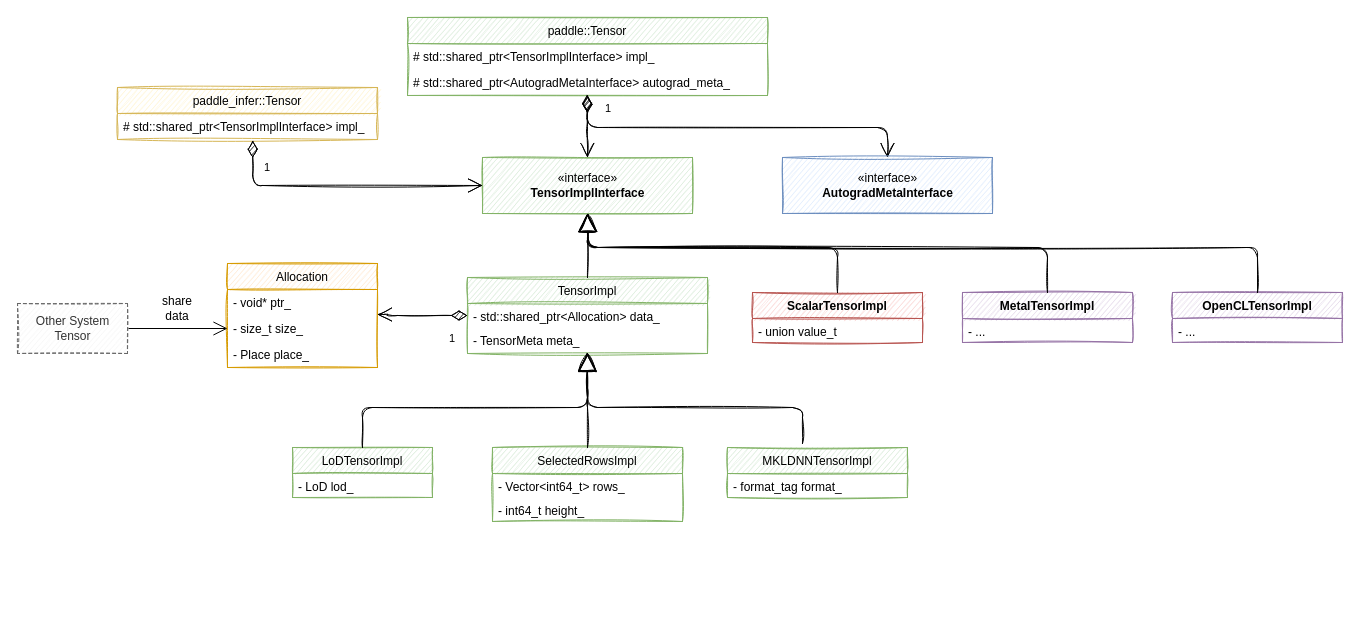
The draw.io diagram page "new-tensor-design" (16 of 16) of op2func.drawio in chenwhql/diagrams, before the edit. Source tidied: cells renumbered, new cells numbered last; positions are measured from the earlier drawing's top-left corner, leaving out a move shared by most shapes. Both pictures are drawn from the tidied source at 100%, with x=0, y=0 at pixel (17, 17).
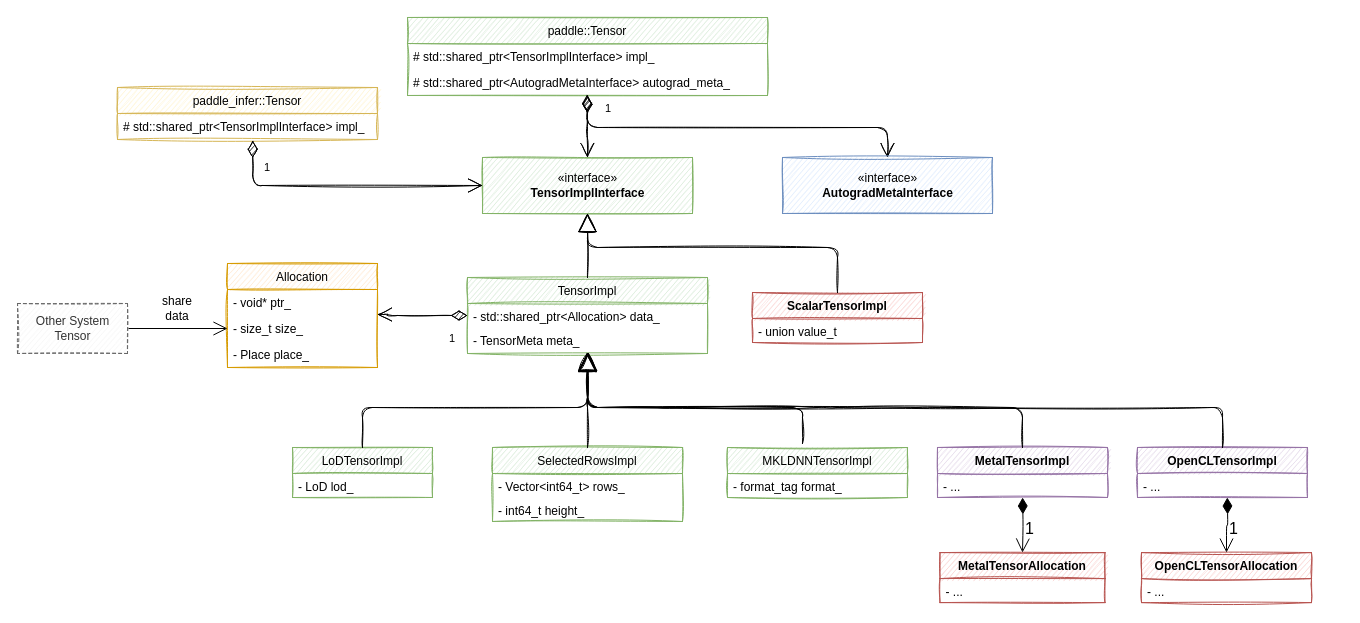
After the change.

The change refers to these unchanged cells:
```xml
<mxCell id="4" value="- TensorMeta meta_" style="text;strokeColor=none;fillColor=none;align=left;verticalAlign=top;spacingLeft=4;spacingRight=4;overflow=hidden;points=[[0,0.5],[1,0.5]];portConstraint=eastwest;sketch=1;" parent="2" vertex="1">
  <mxGeometry y="50" width="240" height="26" as="geometry" />
</mxCell>
<mxCell id="28" value="«interface»&lt;br&gt;&lt;b&gt;TensorImplInterface&lt;/b&gt;" style="html=1;sketch=1;fontStyle=0;strokeColor=#82b366;fillColor=#d5e8d4;startSize=26;" parent="1" vertex="1">
  <mxGeometry x="465" y="140" width="210" height="56" as="geometry" />
</mxCell>
```

The edit, as a diff of the source:
```diff
@@
     <mxCell id="21" value="MetalTensorImpl" style="swimlane;fontStyle=1;horizontal=1;startSize=26;fillColor=#e1d5e7;strokeColor=#9673a6;sketch=1;" parent="1" vertex="1">
-      <mxGeometry x="945" y="275" width="170" height="50" as="geometry" />
+      <mxGeometry x="920" y="430" width="170" height="50" as="geometry" />
     </mxCell>
@@
     <mxCell id="23" value="OpenCLTensorImpl" style="swimlane;fontStyle=1;horizontal=1;startSize=26;fillColor=#e1d5e7;strokeColor=#9673a6;sketch=1;" parent="1" vertex="1">
-      <mxGeometry x="1155" y="275" width="170" height="50" as="geometry" />
+      <mxGeometry x="1120" y="430" width="170" height="50" as="geometry" />
     </mxCell>
@@
-    <mxCell id="33" style="endArrow=block;endSize=16;endFill=0;html=1;fontSize=16;exitX=0.5;exitY=0;exitDx=0;exitDy=0;sketch=1;entryX=0.5;entryY=1;entryDx=0;entryDy=0;" parent="1" edge="1" source="21" target="28">
+    <mxCell id="33" style="endArrow=block;endSize=16;endFill=0;html=1;fontSize=16;exitX=0.5;exitY=0;exitDx=0;exitDy=0;sketch=1;entryX=0.504;entryY=0.951;entryDx=0;entryDy=0;entryPerimeter=0;" parent="1" edge="1" source="21" target="4">
       <mxGeometry x="-0.03" y="-20" relative="1" as="geometry">
         <Array as="points">
-          <mxPoint x="1030" y="230" />
-          <mxPoint x="570" y="230" />
+          <mxPoint x="1005" y="390" />
+          <mxPoint x="810" y="390" />
+          <mxPoint x="650" y="390" />
+          <mxPoint x="570" y="390" />
         </Array>
       </mxGeometry>
     </mxCell>
-    <mxCell id="34" style="endArrow=block;endSize=16;endFill=0;html=1;fontSize=16;exitX=0.5;exitY=0;exitDx=0;exitDy=0;sketch=1;" parent="1" edge="1" source="23" target="28">
+    <mxCell id="34" style="endArrow=block;endSize=16;endFill=0;html=1;fontSize=16;exitX=0.5;exitY=0;exitDx=0;exitDy=0;sketch=1;" parent="1" edge="1" source="23" target="4">
       <mxGeometry x="-0.03" y="-20" relative="1" as="geometry">
         <Array as="points">
-          <mxPoint x="1240" y="230" />
-          <mxPoint x="571" y="230" />
+          <mxPoint x="1205" y="390" />
+          <mxPoint x="910" y="390" />
+          <mxPoint x="570" y="390" />
         </Array>
       </mxGeometry>
     </mxCell>
@@
+    <mxCell id="43" value="MetalTensorAllocation" style="swimlane;fontStyle=1;horizontal=1;startSize=26;fillColor=#f8cecc;strokeColor=#b85450;sketch=1;" parent="1" vertex="1">
+      <mxGeometry x="922.5" y="535.1" width="165" height="50" as="geometry" />
+    </mxCell>
+    <mxCell id="44" value="- ..." style="text;strokeColor=none;fillColor=none;align=left;verticalAlign=top;spacingLeft=4;spacingRight=4;overflow=hidden;sketch=1;" parent="43" vertex="1">
+      <mxGeometry y="26" width="165" height="24" as="geometry" />
+    </mxCell>
+    <mxCell id="45" value="OpenCLTensorAllocation" style="swimlane;fontStyle=1;horizontal=1;startSize=26;fillColor=#f8cecc;strokeColor=#b85450;sketch=1;" parent="1" vertex="1">
+      <mxGeometry x="1124" y="535.1" width="170" height="50" as="geometry" />
+    </mxCell>
+    <mxCell id="46" value="- ..." style="text;strokeColor=none;fillColor=none;align=left;verticalAlign=top;spacingLeft=4;spacingRight=4;overflow=hidden;sketch=1;" parent="45" vertex="1">
+      <mxGeometry y="26" width="170" height="24" as="geometry" />
+    </mxCell>
+    <mxCell id="47" value="1" style="endArrow=open;html=1;endSize=12;startArrow=diamondThin;startSize=14;startFill=1;edgeStyle=orthogonalEdgeStyle;align=left;verticalAlign=bottom;fontSize=16;entryX=0.5;entryY=0;entryDx=0;entryDy=0;exitX=0.496;exitY=0.995;exitDx=0;exitDy=0;exitPerimeter=0;" parent="1" edge="1" target="43">
+      <mxGeometry y="15" relative="1" as="geometry">
+        <mxPoint x="1005.1" y="480" as="sourcePoint" />
+      </mxGeometry>
+    </mxCell>
+    <mxCell id="48" value="1" style="endArrow=open;html=1;endSize=12;startArrow=diamondThin;startSize=14;startFill=1;edgeStyle=orthogonalEdgeStyle;align=left;verticalAlign=bottom;fontSize=16;exitX=0.499;exitY=1.019;exitDx=0;exitDy=0;exitPerimeter=0;" parent="1" edge="1" target="45">
+      <mxGeometry y="15" relative="1" as="geometry">
+        <mxPoint x="1209.8" y="480" as="sourcePoint" />
+      </mxGeometry>
+    </mxCell>
```
